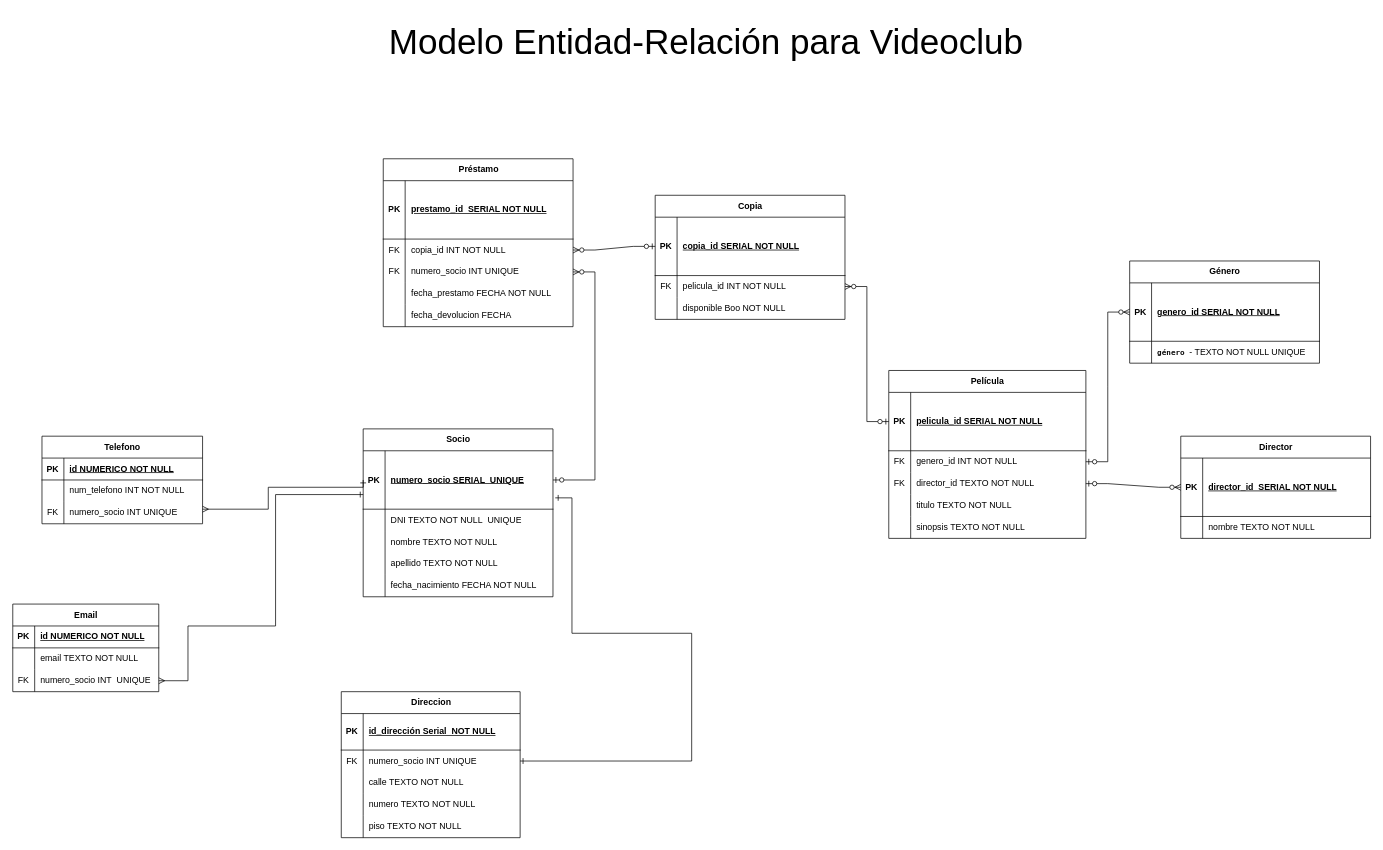
The draw.io diagram modelado_sql/practica_modelado/Diagrama_videoclub.drawio in neiluz/keepcoding_glovo_bootcamp, before the edit. Source tidied: cells renumbered, new cells numbered last; positions are measured from the earlier drawing's top-left corner, leaving out a move shared by most shapes. Both pictures are drawn from the tidied source at 73%, with x=0, y=0 at pixel (12, 12).
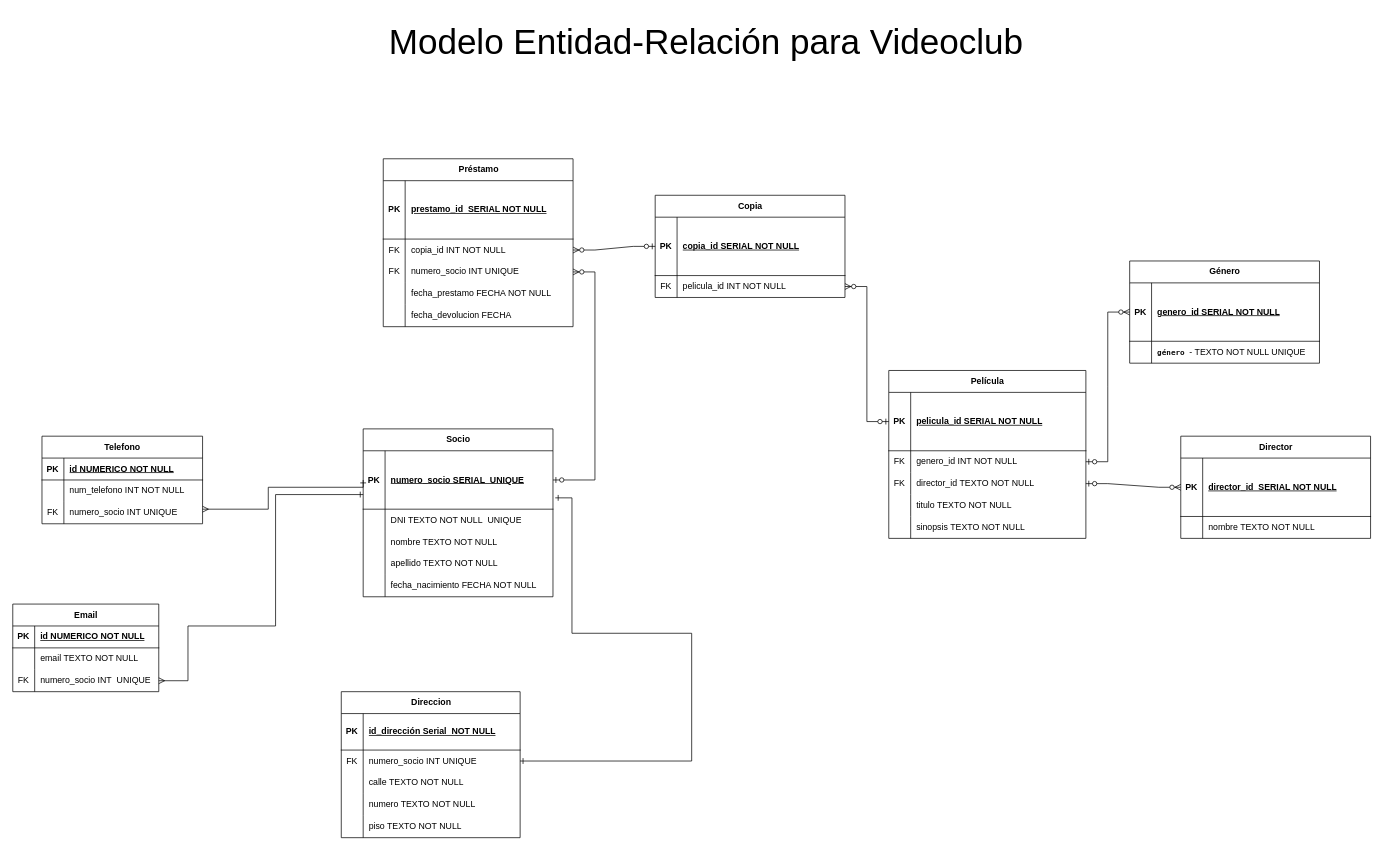
The same diagram, later.

Diff of the diagram source:
```diff
@@
     <mxCell id="34" value="Copia" style="shape=table;startSize=30;childLayout=tableLayout;rowLines=0;fontStyle=1;align=center;html=1;" parent="1" vertex="1">
-      <mxGeometry x="880" y="250" width="260" height="170" as="geometry" />
+      <mxGeometry x="880" y="250" width="260" height="140" as="geometry" />
     </mxCell>
@@
-    <mxCell id="41" style="shape=tableRow;horizontal=0;startSize=0;swimlaneHead=0;swimlaneBody=0;fillColor=none;top=0;left=0;right=0;bottom=0;" parent="34" vertex="1">
-      <mxGeometry y="140" width="260" height="30" as="geometry" />
-    </mxCell>
-    <mxCell id="42" style="shape=partialRectangle;fillColor=none;top=0;left=0;bottom=0;right=0;overflow=hidden;whiteSpace=wrap;html=1;" parent="41" vertex="1">
-      <mxGeometry width="30" height="30" as="geometry" />
-    </mxCell>
-    <mxCell id="43" value="disponible Boo NOT NULL" style="shape=partialRectangle;fillColor=none;top=0;left=0;bottom=0;right=0;align=left;spacingLeft=6;overflow=hidden;whiteSpace=wrap;html=1;" parent="41" vertex="1">
-      <mxGeometry x="30" width="230" height="30" as="geometry" />
-    </mxCell>
```
